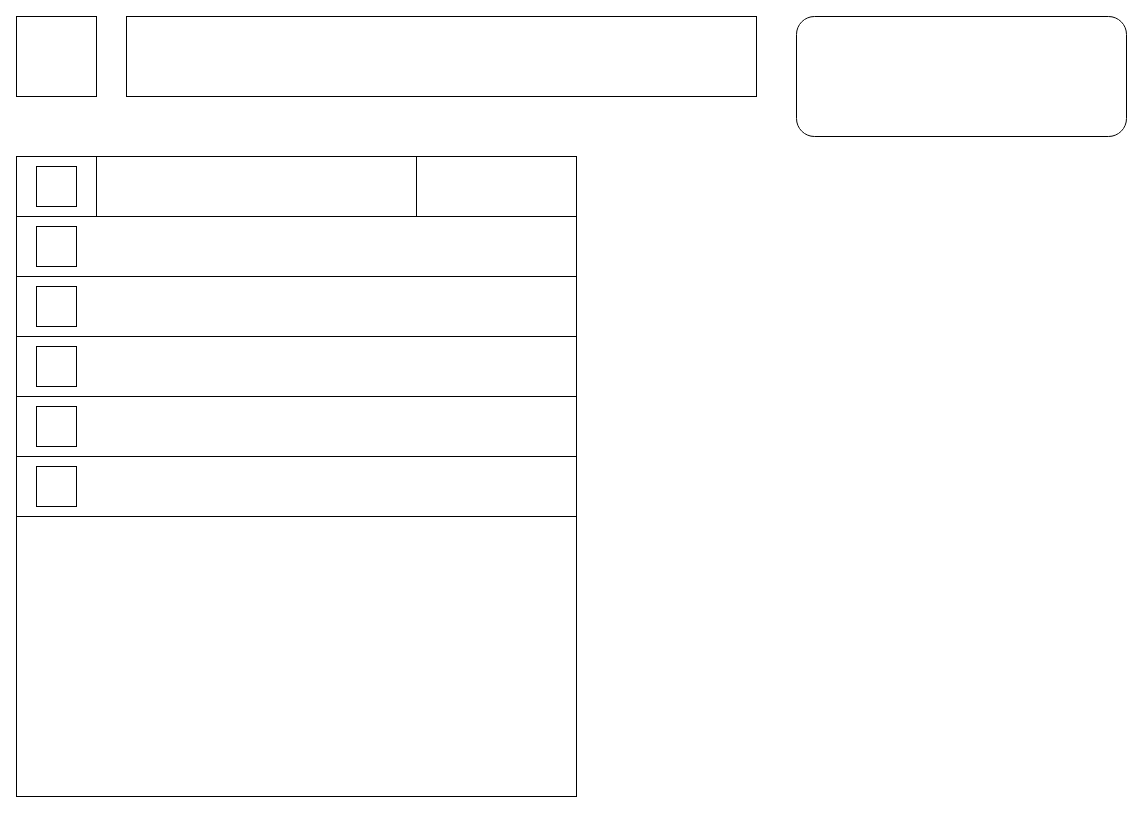
This is SE Product selector.drawio.xml from WillTheDeveloper/drawio, a draw.io file, before an edit. Source tidied: cells renumbered, new cells numbered last; positions are measured from the earlier drawing's top-left corner, leaving out a move shared by most shapes. Both pictures are drawn from the tidied source at 100%, with x=0, y=0 at pixel (16, 16).
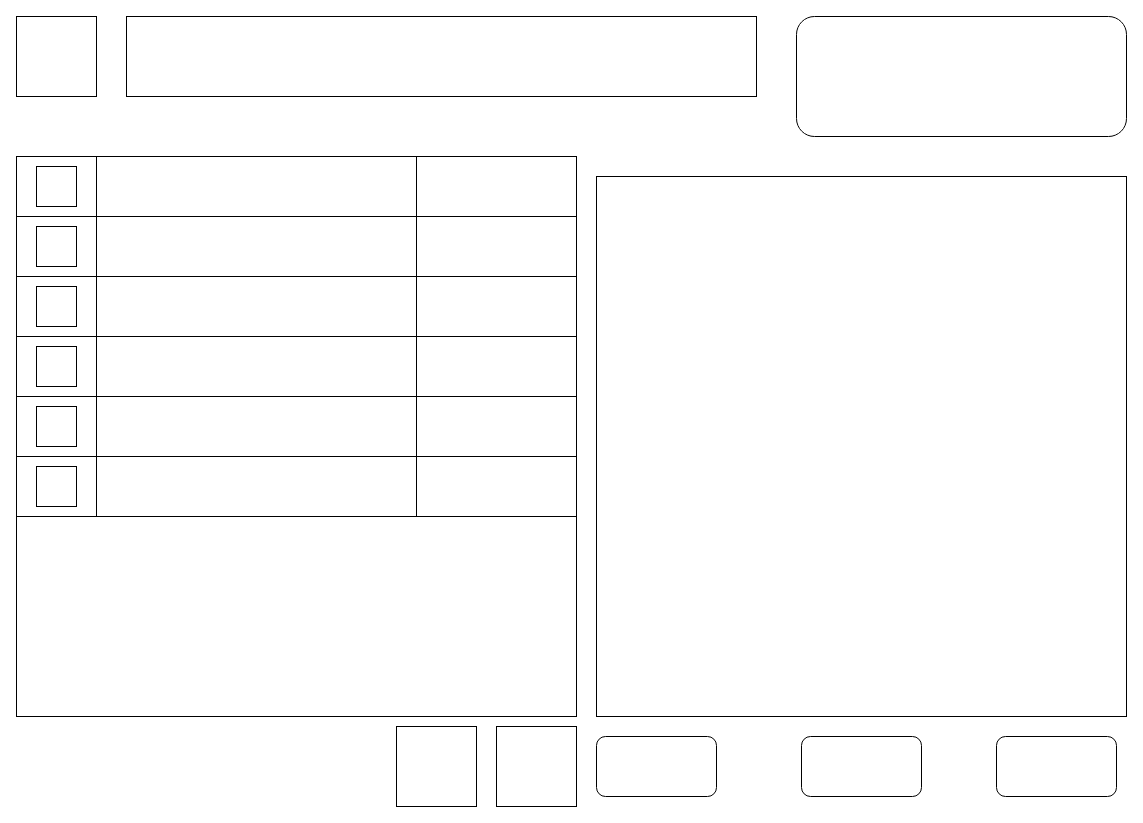
The same diagram, later.

The edit, as a diff of the source:
```diff
@@
     <mxCell id="5" style="rounded=0;whiteSpace=wrap;html=1;" parent="1" vertex="1">
-      <mxGeometry y="140" width="560" height="640" as="geometry" />
+      <mxGeometry y="140" width="560" height="560" as="geometry" />
     </mxCell>
@@
+    <mxCell id="20" style="rounded=0;whiteSpace=wrap;html=1;" parent="1" vertex="1">
+      <mxGeometry x="400" y="200" width="160" height="60" as="geometry" />
+    </mxCell>
+    <mxCell id="21" style="rounded=0;whiteSpace=wrap;html=1;" parent="1" vertex="1">
+      <mxGeometry x="400" y="260" width="160" height="60" as="geometry" />
+    </mxCell>
+    <mxCell id="22" style="rounded=0;whiteSpace=wrap;html=1;" parent="1" vertex="1">
+      <mxGeometry x="400" y="320" width="160" height="60" as="geometry" />
+    </mxCell>
+    <mxCell id="23" style="rounded=0;whiteSpace=wrap;html=1;" parent="1" vertex="1">
+      <mxGeometry x="400" y="380" width="160" height="60" as="geometry" />
+    </mxCell>
+    <mxCell id="24" style="rounded=0;whiteSpace=wrap;html=1;" parent="1" vertex="1">
+      <mxGeometry x="400" y="440" width="160" height="60" as="geometry" />
+    </mxCell>
+    <mxCell id="25" style="rounded=0;whiteSpace=wrap;html=1;" parent="1" vertex="1">
+      <mxGeometry x="80" y="200" width="320" height="60" as="geometry" />
+    </mxCell>
+    <mxCell id="26" style="rounded=0;whiteSpace=wrap;html=1;" parent="1" vertex="1">
+      <mxGeometry x="80" y="260" width="320" height="60" as="geometry" />
+    </mxCell>
+    <mxCell id="27" style="rounded=0;whiteSpace=wrap;html=1;" parent="1" vertex="1">
+      <mxGeometry x="80" y="320" width="320" height="60" as="geometry" />
+    </mxCell>
+    <mxCell id="28" style="rounded=0;whiteSpace=wrap;html=1;" parent="1" vertex="1">
+      <mxGeometry x="80" y="380" width="320" height="60" as="geometry" />
+    </mxCell>
+    <mxCell id="29" style="rounded=0;whiteSpace=wrap;html=1;" parent="1" vertex="1">
+      <mxGeometry x="80" y="440" width="320" height="60" as="geometry" />
+    </mxCell>
+    <mxCell id="30" style="rounded=0;whiteSpace=wrap;html=1;" parent="1" vertex="1">
+      <mxGeometry x="580" y="160" width="530" height="540" as="geometry" />
+    </mxCell>
+    <mxCell id="31" style="whiteSpace=wrap;html=1;" parent="1" vertex="1">
+      <mxGeometry x="480" y="710" width="80" height="80" as="geometry" />
+    </mxCell>
+    <mxCell id="32" style="whiteSpace=wrap;html=1;" parent="1" vertex="1">
+      <mxGeometry x="380" y="710" width="80" height="80" as="geometry" />
+    </mxCell>
+    <mxCell id="33" style="rounded=1;whiteSpace=wrap;html=1;" parent="1" vertex="1">
+      <mxGeometry x="580" y="720" width="120" height="60" as="geometry" />
+    </mxCell>
+    <mxCell id="34" style="rounded=1;whiteSpace=wrap;html=1;" parent="1" vertex="1">
+      <mxGeometry x="785" y="720" width="120" height="60" as="geometry" />
+    </mxCell>
+    <mxCell id="35" style="rounded=1;whiteSpace=wrap;html=1;" parent="1" vertex="1">
+      <mxGeometry x="980" y="720" width="120" height="60" as="geometry" />
+    </mxCell>
```
